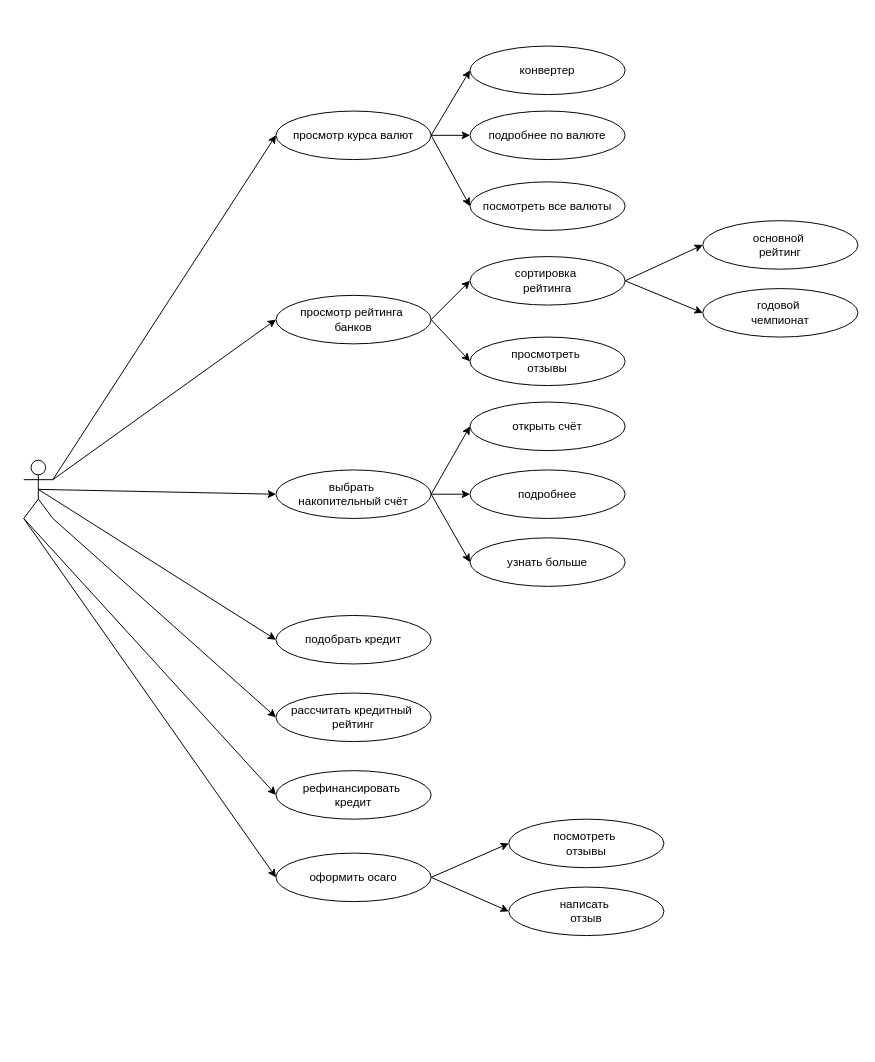
Above: lab3-28.03.21/docs/usecases.dio in testpassword/Software-testing (draw.io), before the change. Source tidied: cells renumbered, new cells numbered last; positions are measured from the earlier drawing's top-left corner, leaving out a move shared by most shapes. Both pictures are drawn from the tidied source at 97%, with x=0, y=0 at pixel (23, 46).
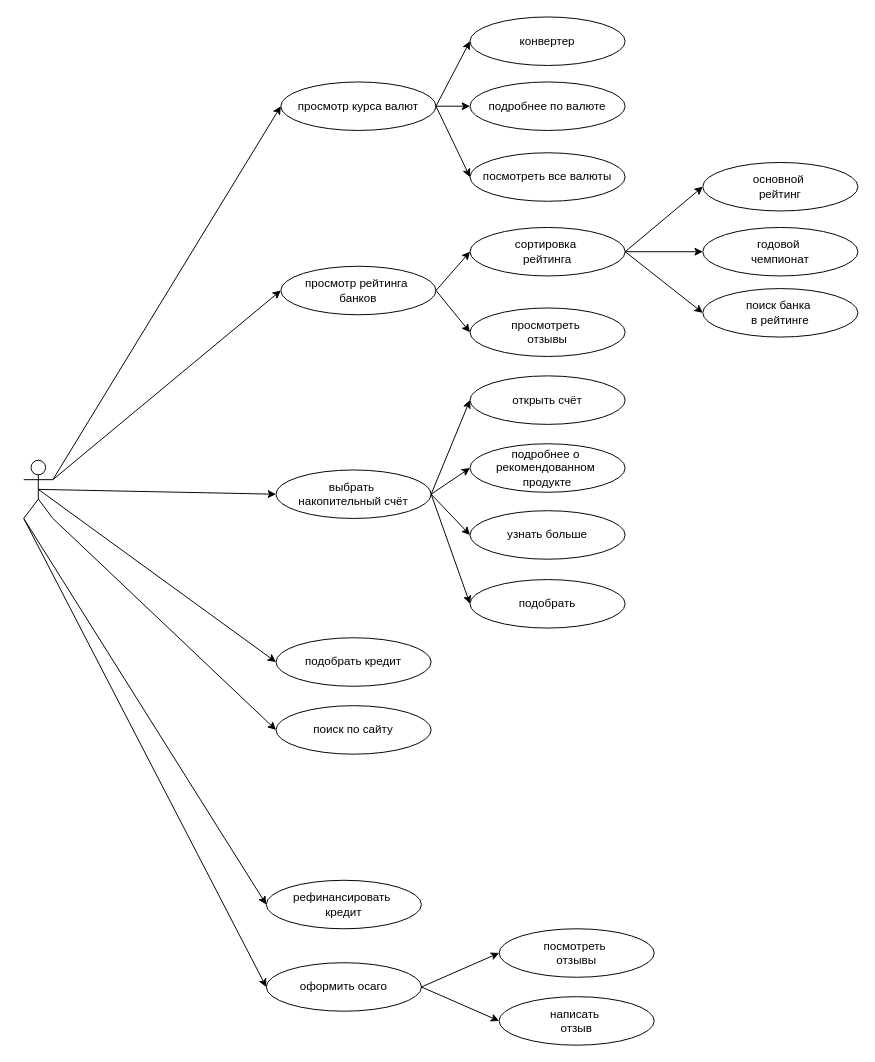
The same diagram, later.

Unchanged cells that the change refers to:
```xml
<mxCell id="11" value="выбрать&amp;nbsp;&lt;br&gt;накопительный счёт" style="ellipse;whiteSpace=wrap;html=1;" parent="1" vertex="1">
  <mxGeometry x="260" y="437" width="160" height="50" as="geometry" />
</mxCell>
<mxCell id="27" style="shape=umlActor;verticalLabelPosition=bottom;verticalAlign=top;html=1;outlineConnect=0;" parent="1" vertex="1">
  <mxGeometry y="427" width="30" height="60" as="geometry" />
</mxCell>
```

Diff of the diagram source:
```diff
@@
     <mxCell id="2" value="подобрать кредит" style="ellipse;whiteSpace=wrap;html=1;" parent="1" vertex="1">
-      <mxGeometry x="260" y="587" width="160" height="50" as="geometry" />
+      <mxGeometry x="260" y="610" width="160" height="50" as="geometry" />
     </mxCell>
     <mxCell id="3" value="рефинансировать&amp;nbsp;&lt;br&gt;кредит" style="ellipse;whiteSpace=wrap;html=1;" parent="1" vertex="1">
-      <mxGeometry x="260" y="747" width="160" height="50" as="geometry" />
+      <mxGeometry x="250" y="860" width="160" height="50" as="geometry" />
     </mxCell>
-    <mxCell id="4" value="рассчитать&amp;nbsp;кредитный&amp;nbsp;&lt;br&gt;рейтинг" style="ellipse;whiteSpace=wrap;html=1;" parent="1" vertex="1">
-      <mxGeometry x="260" y="667" width="160" height="50" as="geometry" />
-    </mxCell>
     <mxCell id="5" value="оформить осаго" style="ellipse;whiteSpace=wrap;html=1;" parent="1" vertex="1">
-      <mxGeometry x="260" y="832" width="160" height="50" as="geometry" />
+      <mxGeometry x="250" y="945" width="160" height="50" as="geometry" />
     </mxCell>
     <mxCell id="6" value="написать&amp;nbsp;&lt;br&gt;отзыв" style="ellipse;whiteSpace=wrap;html=1;" parent="1" vertex="1">
-      <mxGeometry x="500" y="867" width="160" height="50" as="geometry" />
+      <mxGeometry x="490" y="980" width="160" height="50" as="geometry" />
     </mxCell>
     <mxCell id="7" value="посмотреть&amp;nbsp;&lt;br&gt;отзывы" style="ellipse;whiteSpace=wrap;html=1;" parent="1" vertex="1">
-      <mxGeometry x="500" y="797" width="160" height="50" as="geometry" />
+      <mxGeometry x="490" y="910" width="160" height="50" as="geometry" />
     </mxCell>
     <mxCell id="8" value="просмотр&amp;nbsp;рейтинга&amp;nbsp;&lt;br&gt;банков" style="ellipse;whiteSpace=wrap;html=1;" parent="1" vertex="1">
-      <mxGeometry x="260" y="257" width="160" height="50" as="geometry" />
+      <mxGeometry x="265" y="227" width="160" height="50" as="geometry" />
     </mxCell>
     <mxCell id="9" value="просмотреть&amp;nbsp;&lt;br&gt;отзывы" style="ellipse;whiteSpace=wrap;html=1;" parent="1" vertex="1">
-      <mxGeometry x="460" y="300" width="160" height="50" as="geometry" />
+      <mxGeometry x="460" y="270" width="160" height="50" as="geometry" />
     </mxCell>
     <mxCell id="10" value="сортировка&amp;nbsp;&lt;br&gt;рейтинга" style="ellipse;whiteSpace=wrap;html=1;" parent="1" vertex="1">
-      <mxGeometry x="460" y="217" width="160" height="50" as="geometry" />
+      <mxGeometry x="460" y="187" width="160" height="50" as="geometry" />
     </mxCell>
@@
     <mxCell id="12" value="открыть счёт" style="ellipse;whiteSpace=wrap;html=1;" parent="1" vertex="1">
-      <mxGeometry x="460" y="367" width="160" height="50" as="geometry" />
+      <mxGeometry x="460" y="340" width="160" height="50" as="geometry" />
     </mxCell>
-    <mxCell id="13" value="подробнее" style="ellipse;whiteSpace=wrap;html=1;" parent="1" vertex="1">
-      <mxGeometry x="460" y="437" width="160" height="50" as="geometry" />
+    <mxCell id="13" value="подробнее о&amp;nbsp;&lt;br&gt;рекомендованном&amp;nbsp;&lt;br&gt;продукте" style="ellipse;whiteSpace=wrap;html=1;" parent="1" vertex="1">
+      <mxGeometry x="460" y="410" width="160" height="50" as="geometry" />
     </mxCell>
     <mxCell id="14" value="узнать больше" style="ellipse;whiteSpace=wrap;html=1;" parent="1" vertex="1">
-      <mxGeometry x="460" y="507" width="160" height="50" as="geometry" />
+      <mxGeometry x="460" y="479" width="160" height="50" as="geometry" />
     </mxCell>
@@
     <mxCell id="22" value="просмотр курса валют" style="ellipse;whiteSpace=wrap;html=1;" parent="1" vertex="1">
-      <mxGeometry x="260" y="67" width="160" height="50" as="geometry" />
+      <mxGeometry x="265" y="37" width="160" height="50" as="geometry" />
     </mxCell>
     <mxCell id="23" value="подробнее по валюте" style="ellipse;whiteSpace=wrap;html=1;" parent="1" vertex="1">
-      <mxGeometry x="460" y="67" width="160" height="50" as="geometry" />
+      <mxGeometry x="460" y="37" width="160" height="50" as="geometry" />
     </mxCell>
     <mxCell id="24" value="конвертер" style="ellipse;whiteSpace=wrap;html=1;" parent="1" vertex="1">
-      <mxGeometry x="460" width="160" height="50" as="geometry" />
+      <mxGeometry x="460" y="-30" width="160" height="50" as="geometry" />
     </mxCell>
@@
-    <mxCell id="32" style="endArrow=classic;html=1;entryX=0;entryY=0.5;entryDx=0;entryDy=0;exitX=1;exitY=1;exitDx=0;exitDy=0;exitPerimeter=0;" parent="1" edge="1" source="27" target="4">
-      <mxGeometry relative="1" as="geometry" />
-    </mxCell>
@@
     <mxCell id="35" value="посмотреть все валюты" style="ellipse;whiteSpace=wrap;html=1;" parent="1" vertex="1">
-      <mxGeometry x="460" y="140" width="160" height="50" as="geometry" />
+      <mxGeometry x="460" y="110" width="160" height="50" as="geometry" />
     </mxCell>
@@
     <mxCell id="37" value="основной&amp;nbsp;&lt;br&gt;рейтинг" style="ellipse;whiteSpace=wrap;html=1;" parent="1" vertex="1">
-      <mxGeometry x="700" y="180" width="160" height="50" as="geometry" />
+      <mxGeometry x="700" y="120" width="160" height="50" as="geometry" />
     </mxCell>
     <mxCell id="38" value="годовой&amp;nbsp;&lt;br&gt;чемпионат" style="ellipse;whiteSpace=wrap;html=1;" parent="1" vertex="1">
-      <mxGeometry x="700" y="250" width="160" height="50" as="geometry" />
+      <mxGeometry x="700" y="187" width="160" height="50" as="geometry" />
     </mxCell>
@@
+    <mxCell id="41" value="поиск банка&amp;nbsp;&lt;br&gt;в рейтинге" style="ellipse;whiteSpace=wrap;html=1;" parent="1" vertex="1">
+      <mxGeometry x="700" y="250" width="160" height="50" as="geometry" />
+    </mxCell>
+    <mxCell id="42" style="endArrow=classic;html=1;entryX=0;entryY=0.5;entryDx=0;entryDy=0;exitX=1;exitY=0.5;exitDx=0;exitDy=0;" parent="1" edge="1" source="10" target="41">
+      <mxGeometry relative="1" as="geometry" />
+    </mxCell>
+    <mxCell id="43" value="поиск по сайту" style="ellipse;whiteSpace=wrap;html=1;" parent="1" vertex="1">
+      <mxGeometry x="260" y="680" width="160" height="50" as="geometry" />
+    </mxCell>
+    <mxCell id="44" style="endArrow=classic;html=1;entryX=0;entryY=0.5;entryDx=0;entryDy=0;exitX=1;exitY=1;exitDx=0;exitDy=0;exitPerimeter=0;" parent="1" edge="1" source="27" target="43">
+      <mxGeometry relative="1" as="geometry" />
+    </mxCell>
+    <mxCell id="45" value="подобрать" style="ellipse;whiteSpace=wrap;html=1;" parent="1" vertex="1">
+      <mxGeometry x="460" y="550" width="160" height="50" as="geometry" />
+    </mxCell>
+    <mxCell id="46" style="endArrow=classic;html=1;entryX=0;entryY=0.5;entryDx=0;entryDy=0;exitX=1;exitY=0.5;exitDx=0;exitDy=0;" parent="1" edge="1" source="11" target="45">
+      <mxGeometry relative="1" as="geometry" />
+    </mxCell>
```
